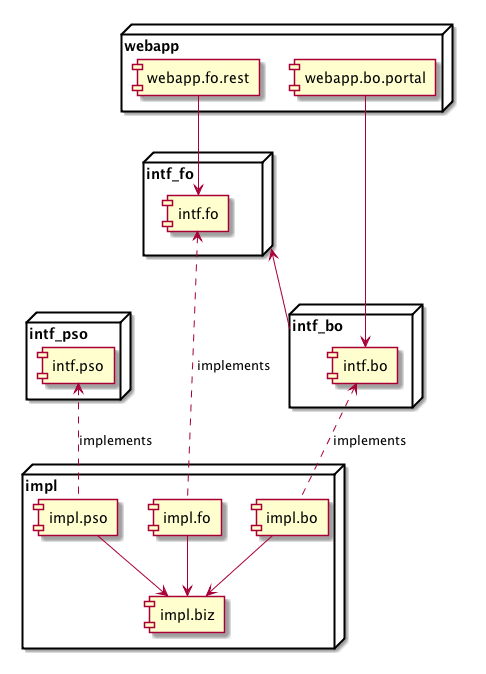
Above: documents/project-organization/fo-and-bo-and-pso.png in chenjianjx/srb4j (PlantUML), before the change.
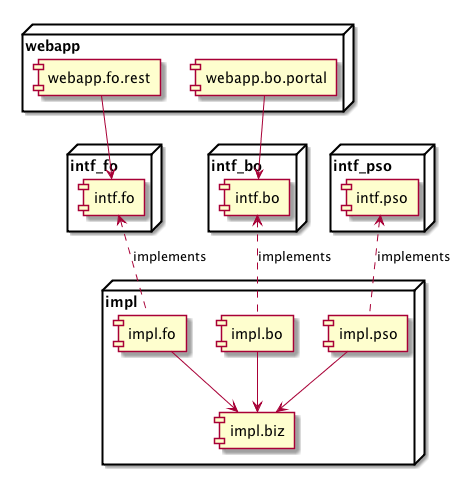
Above is the later version.

Change to the diagram source:
```diff
@@ -36,10 +36,13 @@
 }
 
 [webapp.bo.portal] -down-> [intf.bo]
-intf_bo -left-> intf_fo
+
 
 [impl.bo] -down-> [impl.biz]
 [impl.bo] .up.> [intf.bo] : implements
+
+
+
 
 
 node intf_pso{
@@ -54,4 +57,6 @@
 [impl.pso] .up.> [intf.pso] : implements
 
 
+
+
 @enduml
```
